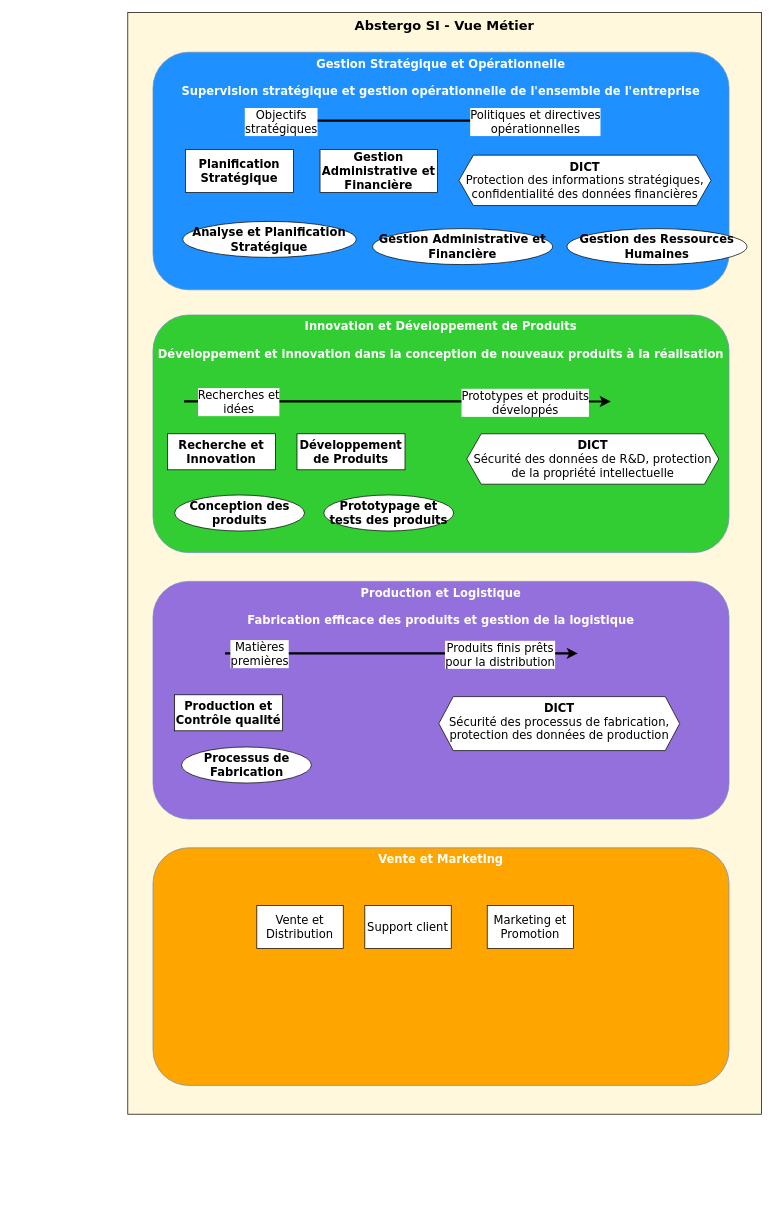
This is Vue_Métier_v2.drawio from CharifMah/AbstergoAnimus, a draw.io file, before an edit. Source tidied: cells renumbered, new cells numbered last; positions are measured from the earlier drawing's top-left corner, leaving out a move shared by most shapes. Both pictures are drawn from the tidied source at 72%, with x=0, y=0 at pixel (127, 12).
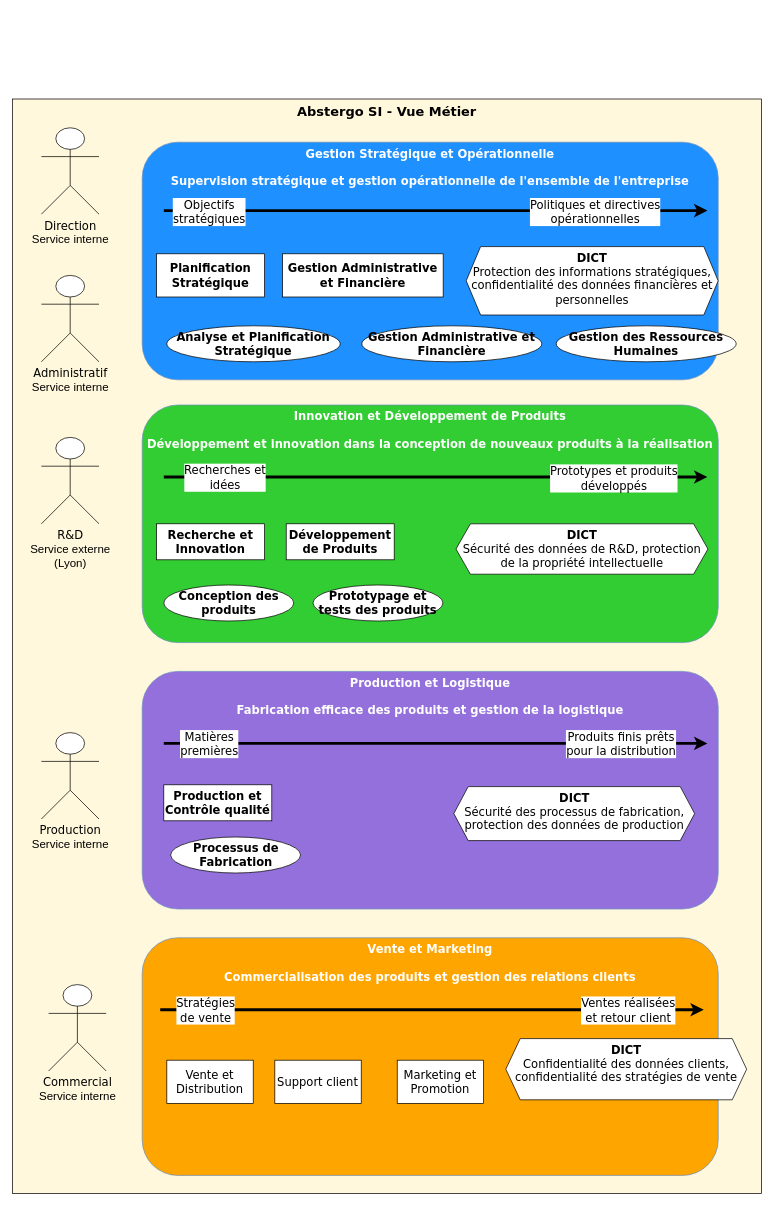
After the change.

Commit message (it also covers changes not shown here):
Mettre à jour Vue_Métier_v2.drawio

Change to the diagram source:
```diff
@@
     <mxCell id="2" value="&lt;font size=&quot;1&quot;&gt;&lt;b style=&quot;font-size: 18px;&quot;&gt;Abstergo SI - Vue Métier&lt;/b&gt;&lt;/font&gt;" style="rounded=0;whiteSpace=wrap;html=1;verticalAlign=top;fillColor=#FFF8DC;fontFamily=Verdana;" parent="1" vertex="1">
-      <mxGeometry width="880" height="1530" as="geometry" />
+      <mxGeometry x="-160" y="120" width="1040" height="1520" as="geometry" />
     </mxCell>
     <mxCell id="3" value="&lt;font style=&quot;font-size: 16px;&quot;&gt;Gestion Stratégique et Opérationnelle&lt;br style=&quot;font-size: 16px;&quot;&gt;&lt;br style=&quot;font-size: 16px;&quot;&gt;&lt;/font&gt;&lt;font style=&quot;font-size: 16px;&quot;&gt;Supervision stratégique et gestion opérationnelle de l'ensemble de l'entreprise&lt;font style=&quot;font-size: 16px;&quot;&gt;&lt;font style=&quot;font-size: 16px;&quot;&gt;&lt;br style=&quot;font-size: 16px;&quot;&gt;&lt;/font&gt;&lt;/font&gt;&lt;/font&gt;" style="rounded=1;whiteSpace=wrap;html=1;fillColor=#1E90FF;strokeColor=#6c8ebf;fontStyle=1;fontColor=#FFFFFF;verticalAlign=top;fontFamily=Verdana;fontSize=16;" parent="1" vertex="1">
-      <mxGeometry x="35" y="55" width="800" height="330" as="geometry" />
+      <mxGeometry x="20" y="180" width="800" height="330" as="geometry" />
     </mxCell>
     <mxCell id="4" value="&lt;font style=&quot;font-size: 16px;&quot;&gt;Innovation et Développement de Produits&lt;br style=&quot;font-size: 16px;&quot;&gt;&lt;br style=&quot;font-size: 16px;&quot;&gt;&lt;/font&gt;&lt;font style=&quot;font-size: 16px;&quot;&gt;Développement et &lt;font style=&quot;font-size: 16px;&quot;&gt;innovation &lt;/font&gt;&lt;font style=&quot;font-size: 16px;&quot;&gt;dans la conception de nouveaux produits à la réalisation&lt;/font&gt;&lt;font style=&quot;font-size: 16px;&quot;&gt;&lt;font style=&quot;font-size: 16px;&quot;&gt;&lt;br style=&quot;font-size: 16px;&quot;&gt;&lt;/font&gt;&lt;/font&gt;&lt;/font&gt;" style="rounded=1;whiteSpace=wrap;html=1;fillColor=#32CD32;strokeColor=#6c8ebf;fontStyle=1;fontColor=#FFFFFF;verticalAlign=top;fontFamily=Verdana;fontSize=16;" parent="1" vertex="1">
-      <mxGeometry x="35" y="420" width="800" height="330" as="geometry" />
+      <mxGeometry x="20" y="545" width="800" height="330" as="geometry" />
     </mxCell>
     <mxCell id="5" value="&lt;font style=&quot;font-size: 16px;&quot;&gt;Production et Logistique&lt;br style=&quot;font-size: 16px;&quot;&gt;&lt;br style=&quot;font-size: 16px;&quot;&gt;&lt;/font&gt;&lt;font style=&quot;font-size: 16px;&quot;&gt;Fabrication efficace des produits et gestion de la logistique&lt;font style=&quot;font-size: 16px;&quot;&gt;&lt;font style=&quot;font-size: 16px;&quot;&gt;&lt;br style=&quot;font-size: 16px;&quot;&gt;&lt;/font&gt;&lt;/font&gt;&lt;/font&gt;" style="rounded=1;whiteSpace=wrap;html=1;fillColor=#9370DB;strokeColor=#6c8ebf;fontStyle=1;fontColor=#FFFFFF;verticalAlign=top;fontFamily=Verdana;fontSize=16;" parent="1" vertex="1">
-      <mxGeometry x="35" y="790" width="800" height="330" as="geometry" />
+      <mxGeometry x="20" y="915" width="800" height="330" as="geometry" />
     </mxCell>
-    <mxCell id="6" value="&lt;font style=&quot;font-size: 16px;&quot;&gt;Vente et Marketing&lt;/font&gt;" style="rounded=1;whiteSpace=wrap;html=1;fillColor=#FFA500;strokeColor=#6c8ebf;fontStyle=1;fontColor=#FFFFFF;verticalAlign=top;fontFamily=Verdana;fontSize=16;" parent="1" vertex="1">
-      <mxGeometry x="35" y="1160" width="800" height="330" as="geometry" />
+    <mxCell id="6" value="&lt;font style=&quot;font-size: 16px;&quot;&gt;Vente et Marketing&lt;br&gt;&lt;br&gt;Commercialisation des produits et gestion des relations clients&lt;br&gt;&lt;/font&gt;" style="rounded=1;whiteSpace=wrap;html=1;fillColor=#FFA500;strokeColor=#6c8ebf;fontStyle=1;fontColor=#FFFFFF;verticalAlign=top;fontFamily=Verdana;fontSize=16;" parent="1" vertex="1">
+      <mxGeometry x="20" y="1285" width="800" height="330" as="geometry" />
     </mxCell>
     <mxCell id="7" value="Planification Stratégique" style="rounded=0;whiteSpace=wrap;html=1;fontStyle=1;fontSize=16;fontFamily=Verdana;" parent="1" vertex="1">
-      <mxGeometry x="80" y="190" width="150" height="60" as="geometry" />
+      <mxGeometry x="40" y="335" width="150" height="60" as="geometry" />
     </mxCell>
     <mxCell id="8" value="Gestion Administrative et Financière" style="rounded=0;whiteSpace=wrap;html=1;fontSize=16;fontStyle=1;fontFamily=Verdana;" parent="1" vertex="1">
-      <mxGeometry x="267" y="190" width="163" height="60" as="geometry" />
+      <mxGeometry x="215" y="335" width="223" height="60" as="geometry" />
     </mxCell>
     <mxCell id="9" value="Recherche et Innovation" style="rounded=0;whiteSpace=wrap;html=1;fontSize=16;fontStyle=1;fontFamily=Verdana;" parent="1" vertex="1">
-      <mxGeometry x="55" y="585" width="150" height="50" as="geometry" />
+      <mxGeometry x="40" y="710" width="150" height="50" as="geometry" />
     </mxCell>
     <mxCell id="10" value="Développement de Produits" style="rounded=0;whiteSpace=wrap;html=1;fontSize=16;fontStyle=1;fontFamily=Verdana;" parent="1" vertex="1">
-      <mxGeometry x="235" y="585" width="150" height="50" as="geometry" />
+      <mxGeometry x="220" y="710" width="150" height="50" as="geometry" />
     </mxCell>
     <mxCell id="11" value="&lt;font style=&quot;font-size: 16px;&quot;&gt;&lt;b style=&quot;font-size: 16px;&quot;&gt;Production et Contrôle qualité&lt;/b&gt;&lt;/font&gt;" style="rounded=0;whiteSpace=wrap;html=1;fontFamily=Verdana;fontSize=16;" parent="1" vertex="1">
-      <mxGeometry x="65" y="947.5" width="150" height="50" as="geometry" />
+      <mxGeometry x="50" y="1072.5" width="150" height="50" as="geometry" />
     </mxCell>
     <mxCell id="12" value="Vente et Distribution" style="rounded=0;whiteSpace=wrap;html=1;fontFamily=Verdana;fontSize=16;" parent="1" vertex="1">
-      <mxGeometry x="179.2" y="1240" width="120" height="60" as="geometry" />
+      <mxGeometry x="54.2" y="1455" width="120" height="60" as="geometry" />
     </mxCell>
     <mxCell id="13" value="Marketing et Promotion" style="rounded=0;whiteSpace=wrap;html=1;fontFamily=Verdana;fontSize=16;" parent="1" vertex="1">
-      <mxGeometry x="499.2" y="1240" width="120" height="60" as="geometry" />
+      <mxGeometry x="374.2" y="1455" width="120" height="60" as="geometry" />
     </mxCell>
     <mxCell id="14" value="Support client" style="rounded=0;whiteSpace=wrap;html=1;fontFamily=Verdana;fontSize=16;" parent="1" vertex="1">
-      <mxGeometry x="329.2" y="1240" width="120" height="60" as="geometry" />
+      <mxGeometry x="204.2" y="1455" width="120" height="60" as="geometry" />
     </mxCell>
     <mxCell id="15" value="Analyse et Planification Stratégique" style="ellipse;whiteSpace=wrap;html=1;fontSize=16;fontStyle=1;fontFamily=Verdana;" parent="1" vertex="1">
-      <mxGeometry x="76.4" y="290" width="240.8" height="50" as="geometry" />
+      <mxGeometry x="54.2" y="435" width="240.8" height="50" as="geometry" />
     </mxCell>
     <mxCell id="16" value="Gestion Administrative et Financière" style="ellipse;whiteSpace=wrap;html=1;fontSize=16;fontStyle=1;fontFamily=Verdana;" parent="1" vertex="1">
-      <mxGeometry x="340" y="300" width="250" height="50" as="geometry" />
+      <mxGeometry x="325" y="435" width="250" height="50" as="geometry" />
     </mxCell>
     <mxCell id="17" value="Gestion des Ressources Humaines" style="ellipse;whiteSpace=wrap;html=1;fontSize=16;fontStyle=1;fontFamily=Verdana;" parent="1" vertex="1">
-      <mxGeometry x="610" y="300" width="250" height="50" as="geometry" />
+      <mxGeometry x="595" y="435" width="250" height="50" as="geometry" />
     </mxCell>
     <mxCell id="18" value="&lt;b&gt;&lt;font style=&quot;font-size: 16px;&quot;&gt;&lt;span style=&quot;font-size: 16px;&quot;&gt;Conception des produits&lt;/span&gt;&lt;/font&gt;&lt;/b&gt;" style="ellipse;whiteSpace=wrap;html=1;fontFamily=Verdana;fontSize=16;" parent="1" vertex="1">
-      <mxGeometry x="65" y="670" width="180.5" height="50" as="geometry" />
+      <mxGeometry x="50" y="795" width="180.5" height="50" as="geometry" />
     </mxCell>
     <mxCell id="19" value="&lt;b&gt;&lt;font style=&quot;font-size: 16px;&quot;&gt;&lt;span style=&quot;font-size: 16px;&quot;&gt;Prototypage et tests des produits&lt;/span&gt;&lt;/font&gt;&lt;/b&gt;" style="ellipse;whiteSpace=wrap;html=1;fontFamily=Verdana;fontSize=16;" parent="1" vertex="1">
-      <mxGeometry x="272.2" y="670" width="180.5" height="50" as="geometry" />
+      <mxGeometry x="257.2" y="795" width="180.5" height="50" as="geometry" />
     </mxCell>
     <mxCell id="20" value="&lt;font style=&quot;font-size: 16px;&quot;&gt;&lt;b style=&quot;font-size: 16px;&quot;&gt;Processus de Fabrication&lt;/b&gt;&lt;/font&gt;" style="ellipse;whiteSpace=wrap;html=1;fontFamily=Verdana;fontSize=16;" parent="1" vertex="1">
-      <mxGeometry x="74.5" y="1020" width="180.5" height="50" as="geometry" />
+      <mxGeometry x="59.5" y="1145" width="180.5" height="50" as="geometry" />
     </mxCell>
-    <mxCell id="21" style="endArrow=classic;html=1;rounded=0;exitX=0.5;exitY=1;exitDx=0;exitDy=0;fontSize=16;strokeWidth=3;fontFamily=Verdana;" parent="1" edge="1">
+    <mxCell id="21" style="endArrow=classic;html=1;rounded=0;exitX=0.5;exitY=1;exitDx=0;exitDy=0;fontSize=16;strokeWidth=4;fontFamily=Verdana;" parent="1" edge="1">
       <mxGeometry relative="1" as="geometry">
-        <mxPoint x="165" y="150" as="sourcePoint" />
-        <mxPoint x="655" y="150" as="targetPoint" />
+        <mxPoint x="50" y="275" as="sourcePoint" />
+        <mxPoint x="805" y="275" as="targetPoint" />
         <Array as="points">
-          <mxPoint x="385" y="150" />
+          <mxPoint x="270" y="275" />
         </Array>
       </mxGeometry>
     </mxCell>
@@
-    <mxCell id="24" value="&lt;font style=&quot;font-size: 16px;&quot;&gt;&lt;b style=&quot;font-size: 16px;&quot;&gt;DICT&lt;br style=&quot;font-size: 16px;&quot;&gt;&lt;/b&gt;Protection des informations stratégiques, confidentialité des données financières&lt;/font&gt;" style="shape=hexagon;perimeter=hexagonPerimeter2;whiteSpace=wrap;html=1;fixedSize=1;verticalAlign=top;fontFamily=Verdana;fontSize=16;" parent="1" vertex="1">
-      <mxGeometry x="460" y="198" width="350" height="70" as="geometry" />
+    <mxCell id="24" value="&lt;font style=&quot;font-size: 16px;&quot;&gt;&lt;b style=&quot;font-size: 16px;&quot;&gt;DICT&lt;br style=&quot;font-size: 16px;&quot;&gt;&lt;/b&gt;Protection des informations stratégiques, confidentialité des données financières et personnelles&lt;br&gt;&lt;/font&gt;" style="shape=hexagon;perimeter=hexagonPerimeter2;whiteSpace=wrap;html=1;fixedSize=1;verticalAlign=top;fontFamily=Verdana;fontSize=16;" parent="1" vertex="1">
+      <mxGeometry x="470" y="325" width="350" height="95" as="geometry" />
     </mxCell>
     <mxCell id="25" value="&lt;font style=&quot;font-size: 16px;&quot;&gt;&lt;b style=&quot;font-size: 16px;&quot;&gt;DICT&lt;br style=&quot;font-size: 16px;&quot;&gt;&lt;/b&gt;Sécurité des données de R&amp;amp;D, protection &lt;br style=&quot;font-size: 16px;&quot;&gt;de la propriété intellectuelle&lt;br style=&quot;font-size: 16px;&quot;&gt;&lt;/font&gt;" style="shape=hexagon;perimeter=hexagonPerimeter2;whiteSpace=wrap;html=1;fixedSize=1;verticalAlign=top;fontFamily=Verdana;fontSize=16;" parent="1" vertex="1">
-      <mxGeometry x="470.8" y="585" width="350" height="70" as="geometry" />
+      <mxGeometry x="455.8" y="710" width="350" height="70" as="geometry" />
     </mxCell>
-    <mxCell id="26" style="endArrow=classic;html=1;rounded=0;exitX=0.5;exitY=1;exitDx=0;exitDy=0;fontSize=16;strokeWidth=3;fontFamily=Verdana;" parent="1" edge="1">
+    <mxCell id="26" style="endArrow=classic;html=1;rounded=0;exitX=0.5;exitY=1;exitDx=0;exitDy=0;fontSize=16;strokeWidth=4;fontFamily=Verdana;" parent="1" edge="1">
       <mxGeometry relative="1" as="geometry">
-        <mxPoint x="135" y="890" as="sourcePoint" />
-        <mxPoint x="625" y="890" as="targetPoint" />
-        <Array as="points">
-          <mxPoint x="355" y="890" />
-        </Array>
+        <mxPoint x="50" y="1015" as="sourcePoint" />
+        <mxPoint x="805" y="1015" as="targetPoint" />
       </mxGeometry>
     </mxCell>
     <mxCell id="27" value="Produits finis prêts&lt;br style=&quot;font-size: 16px;&quot;&gt;pour la distribution" style="edgeLabel;html=1;align=center;verticalAlign=middle;fontFamily=Verdana;fontSize=16;" parent="26" vertex="1">
       <mxGeometry x="0.5" y="-1" relative="1" as="geometry">
-        <mxPoint x="13" as="offset" />
+        <mxPoint x="68" y="-1" as="offset" />
       </mxGeometry>
     </mxCell>
@@
     <mxCell id="29" value="&lt;font style=&quot;font-size: 16px;&quot;&gt;&lt;b style=&quot;font-size: 16px;&quot;&gt;DICT&lt;br style=&quot;font-size: 16px;&quot;&gt;&lt;/b&gt;Sécurité des processus de fabrication, &lt;br&gt;protection des données de production&lt;br style=&quot;font-size: 16px;&quot;&gt;&lt;/font&gt;" style="shape=hexagon;perimeter=hexagonPerimeter2;whiteSpace=wrap;html=1;fixedSize=1;verticalAlign=top;fontFamily=Verdana;fontSize=16;" parent="1" vertex="1">
-      <mxGeometry x="432" y="950" width="334.5" height="75" as="geometry" />
+      <mxGeometry x="452.8" y="1075" width="334.5" height="75" as="geometry" />
     </mxCell>
-    <mxCell id="30" style="endArrow=classic;html=1;rounded=0;exitX=0.5;exitY=1;exitDx=0;exitDy=0;fontSize=16;strokeWidth=3;fontFamily=Verdana;entryX=0.908;entryY=0.344;entryDx=0;entryDy=0;entryPerimeter=0;" parent="1" edge="1">
+    <mxCell id="30" style="endArrow=classic;html=1;rounded=0;exitX=0.5;exitY=1;exitDx=0;exitDy=0;fontSize=16;strokeWidth=4;fontFamily=Verdana;" parent="1" edge="1">
       <mxGeometry relative="1" as="geometry">
-        <mxPoint x="78" y="540" as="sourcePoint" />
-        <mxPoint x="670.8" y="540.1" as="targetPoint" />
+        <mxPoint x="50" y="645" as="sourcePoint" />
+        <mxPoint x="805" y="645" as="targetPoint" />
         <Array as="points">
-          <mxPoint x="341" y="540" />
+          <mxPoint x="313" y="645" />
         </Array>
       </mxGeometry>
     </mxCell>
     <mxCell id="31" value="Prototypes et produits&lt;br style=&quot;font-size: 16px;&quot;&gt;développés" style="edgeLabel;html=1;align=center;verticalAlign=middle;fontFamily=Verdana;fontSize=16;" parent="30" vertex="1">
       <mxGeometry x="0.5" y="-1" relative="1" as="geometry">
-        <mxPoint x="29" as="offset" />
+        <mxPoint x="58" as="offset" />
       </mxGeometry>
     </mxCell>
@@
+    <mxCell id="33" style="endArrow=classic;html=1;rounded=0;exitX=0.5;exitY=1;exitDx=0;exitDy=0;fontSize=16;strokeWidth=4;fontFamily=Verdana;" parent="1" edge="1">
+      <mxGeometry relative="1" as="geometry">
+        <mxPoint x="45" y="1385" as="sourcePoint" />
+        <mxPoint x="800" y="1385" as="targetPoint" />
+      </mxGeometry>
+    </mxCell>
+    <mxCell id="34" value="Ventes réalisées &lt;br&gt;et retour client" style="edgeLabel;html=1;align=center;verticalAlign=middle;fontFamily=Verdana;fontSize=16;" parent="33" vertex="1">
+      <mxGeometry x="0.5" y="-1" relative="1" as="geometry">
+        <mxPoint x="83" y="-1" as="offset" />
+      </mxGeometry>
+    </mxCell>
+    <mxCell id="35" value="Stratégies &lt;br&gt;de vente" style="edgeLabel;html=1;align=center;verticalAlign=middle;fontFamily=Verdana;fontSize=16;" parent="33" vertex="1">
+      <mxGeometry x="-0.89" relative="1" as="geometry">
+        <mxPoint x="20" as="offset" />
+      </mxGeometry>
+    </mxCell>
+    <mxCell id="36" value="&lt;font style=&quot;font-size: 16px;&quot;&gt;&lt;b style=&quot;font-size: 16px;&quot;&gt;DICT&lt;br style=&quot;font-size: 16px;&quot;&gt;&lt;/b&gt;Confidentialité des données clients,&lt;br&gt;&lt;/font&gt;&lt;div&gt;&lt;font style=&quot;font-size: 16px;&quot;&gt;confidentialité des stratégies de vente&lt;/font&gt;&lt;/div&gt;&lt;div&gt;&lt;font style=&quot;font-size: 16px;&quot;&gt;&lt;br&gt;&lt;/font&gt;&lt;/div&gt;" style="shape=hexagon;perimeter=hexagonPerimeter2;whiteSpace=wrap;html=1;fixedSize=1;verticalAlign=top;fontFamily=Verdana;fontSize=16;" parent="1" vertex="1">
+      <mxGeometry x="525" y="1425" width="334.5" height="85" as="geometry" />
+    </mxCell>
+    <mxCell id="37" value="&lt;font style=&quot;font-size: 16px;&quot; face=&quot;Verdana&quot;&gt;Direction&lt;/font&gt;&lt;br&gt;&lt;font style=&quot;font-size: 16px;&quot;&gt;Service interne&lt;/font&gt;" style="shape=umlActor;verticalLabelPosition=bottom;verticalAlign=top;html=1;" parent="1" vertex="1">
+      <mxGeometry x="-120" y="160" width="80" height="120" as="geometry" />
+    </mxCell>
+    <mxCell id="38" value="&lt;font style=&quot;font-size: 16px;&quot; face=&quot;Verdana&quot;&gt;Administratif&lt;/font&gt;&lt;br&gt;&lt;font style=&quot;font-size: 16px;&quot;&gt;Service interne&lt;/font&gt;" style="shape=umlActor;verticalLabelPosition=bottom;verticalAlign=top;html=1;" parent="1" vertex="1">
+      <mxGeometry x="-120" y="365" width="80" height="120" as="geometry" />
+    </mxCell>
+    <mxCell id="39" value="&lt;font style=&quot;font-size: 16px;&quot; face=&quot;Verdana&quot;&gt;Commercial&lt;/font&gt;&lt;br&gt;&lt;font style=&quot;font-size: 16px;&quot;&gt;Service interne&lt;/font&gt;" style="shape=umlActor;verticalLabelPosition=bottom;verticalAlign=top;html=1;" parent="1" vertex="1">
+      <mxGeometry x="-110" y="1350" width="80" height="120" as="geometry" />
+    </mxCell>
+    <mxCell id="40" value="&lt;font style=&quot;font-size: 16px;&quot; face=&quot;Verdana&quot;&gt;R&amp;amp;D&lt;/font&gt;&lt;br&gt;&lt;font style=&quot;font-size: 16px;&quot;&gt;Service externe&lt;br&gt;(Lyon)&lt;br&gt;&lt;/font&gt;" style="shape=umlActor;verticalLabelPosition=bottom;verticalAlign=top;html=1;" parent="1" vertex="1">
+      <mxGeometry x="-120" y="590" width="80" height="120" as="geometry" />
+    </mxCell>
+    <mxCell id="41" value="&lt;font style=&quot;font-size: 16px;&quot; face=&quot;Verdana&quot;&gt;Production&lt;/font&gt;&lt;font style=&quot;font-size: 16px;&quot;&gt;&lt;br&gt;Service interne&lt;/font&gt;" style="shape=umlActor;verticalLabelPosition=bottom;verticalAlign=top;html=1;" parent="1" vertex="1">
+      <mxGeometry x="-120" y="1000" width="80" height="120" as="geometry" />
+    </mxCell>
```
